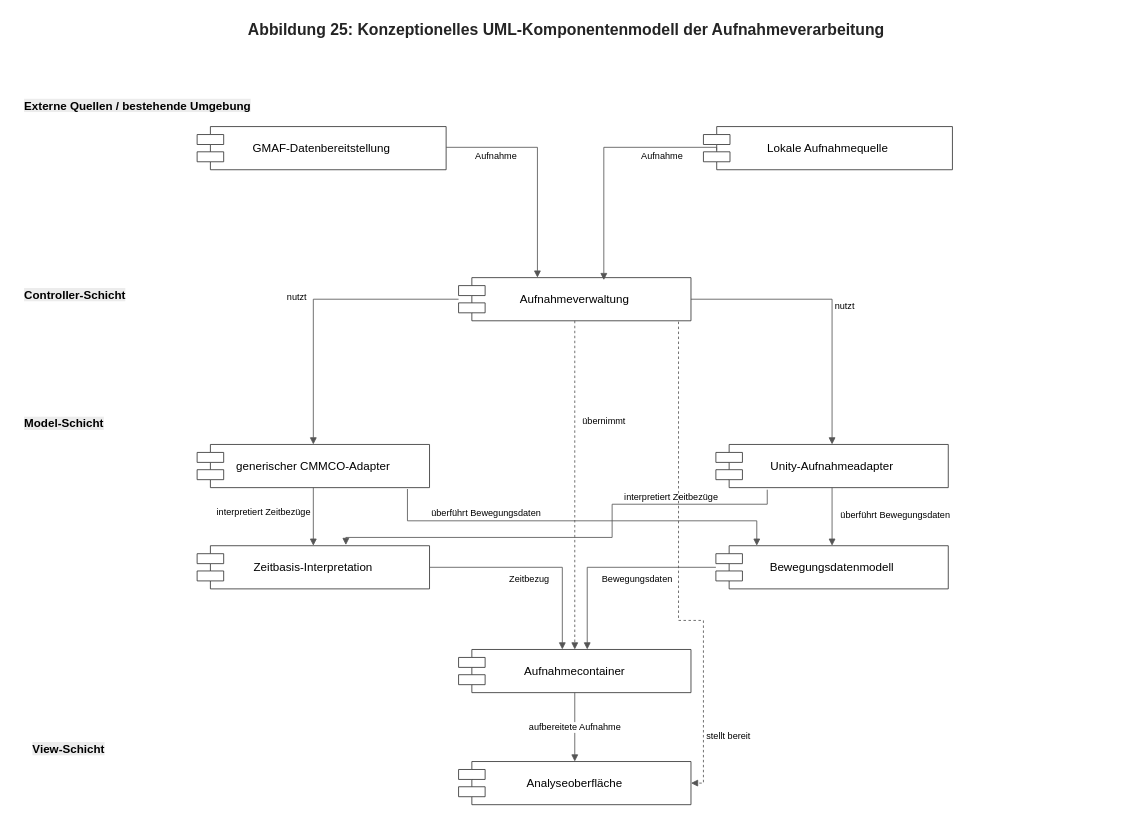
mfneu/fapra keeps this draw.io diagram as Komponentenmodell.drawio. Above is the earlier version. Source tidied: cells renumbered, new cells numbered last; positions are measured from the earlier drawing's top-left corner, leaving out a move shared by most shapes. Both pictures are drawn from the tidied source at 83%, with x=0, y=0 at pixel (14, 14).
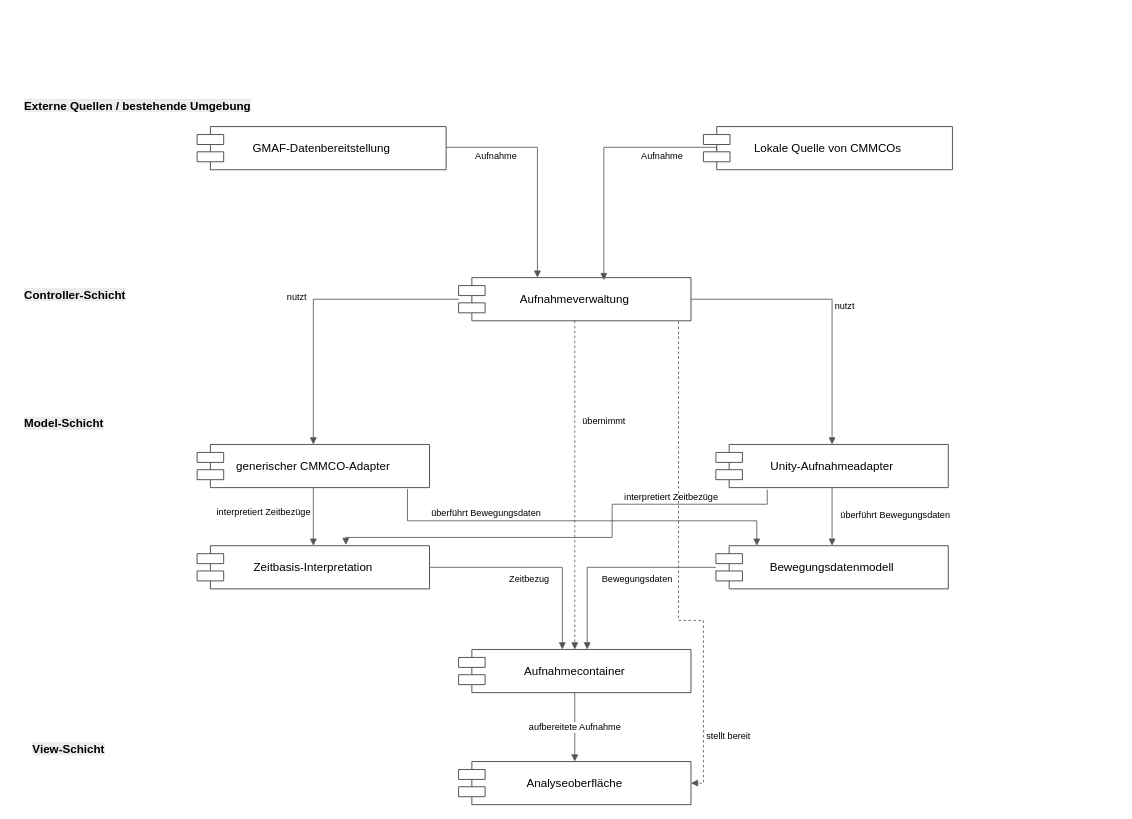
After the change.

What changed in the source:
```diff
@@
-    <mxCell id="2" value="Abbildung 25: Konzeptionelles UML-Komponentenmodell der Aufnahmeverarbeitung" style="text;html=1;align=center;verticalAlign=middle;whiteSpace=wrap;fontStyle=1;fontSize=19;fontColor=#242424;" parent="1" vertex="1">
-      <mxGeometry width="1330" height="38" as="geometry" />
-    </mxCell>
@@
-    <mxCell id="4" value="Lokale Aufnahmequelle" style="shape=component;html=1;whiteSpace=wrap;rounded=0;strokeColor=#333333;fillColor=#FFFFFF;fontSize=14;align=center;verticalAlign=middle;shadow=0;" parent="1" vertex="1">
+    <mxCell id="4" value="Lokale Quelle von CMMCOs" style="shape=component;html=1;whiteSpace=wrap;rounded=0;strokeColor=#333333;fillColor=#FFFFFF;fontSize=14;align=center;verticalAlign=middle;shadow=0;" parent="1" vertex="1">
       <mxGeometry x="830" y="135" width="300" height="52" as="geometry" />
     </mxCell>
```
